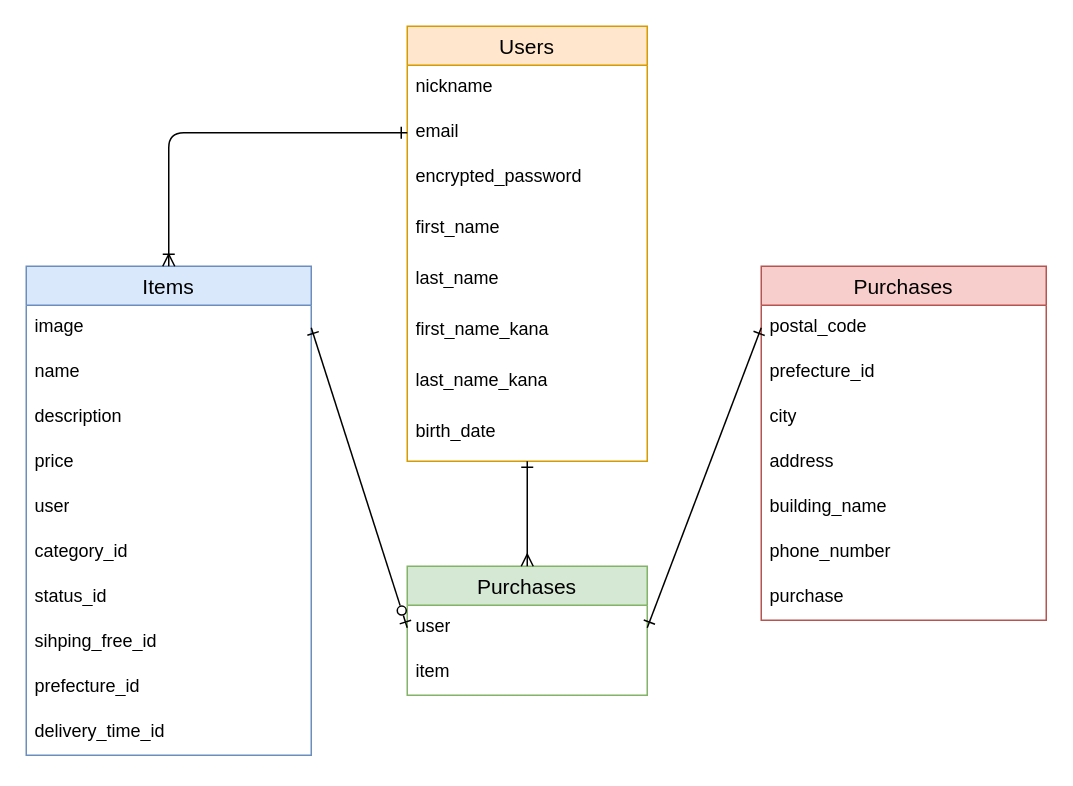
The draw.io diagram test.dio in nan56koko26-ai/furima-46987, before the edit. Source tidied: cells renumbered, new cells numbered last; positions are measured from the earlier drawing's top-left corner, leaving out a move shared by most shapes. Both pictures are drawn from the tidied source at 150%, with x=0, y=0 at pixel (26, 26).
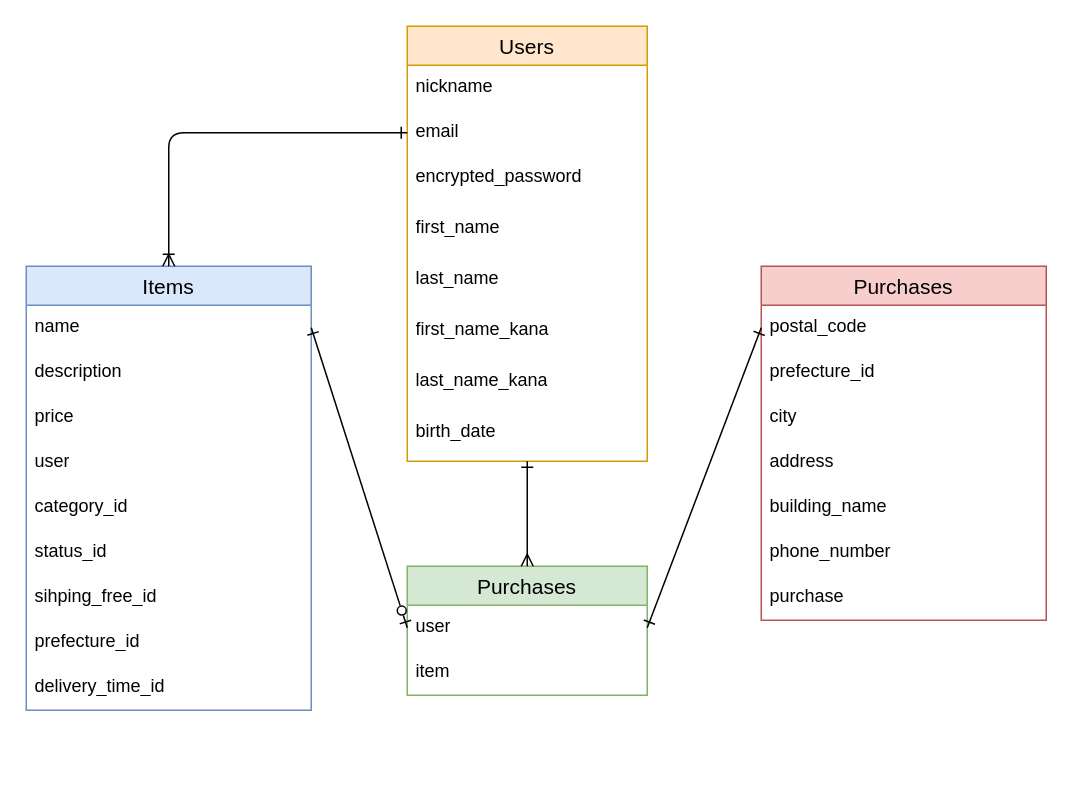
The same diagram, later.

Commit message (it also covers changes not shown here):
データベース設計(修正版)

Unchanged cells that the change refers to:
```xml
<mxCell id="23" value="user" style="text;strokeColor=none;fillColor=none;spacingLeft=4;spacingRight=4;overflow=hidden;points=[[0,0.5],[1,0.5]];portConstraint=eastwest;fontSize=12;whiteSpace=wrap;html=1;" parent="22" vertex="1">
  <mxGeometry y="26" width="160" height="30" as="geometry" />
</mxCell>
```

The edit, as a diff of the source:
```diff
@@
     <mxCell id="11" value="Items" style="swimlane;fontStyle=0;horizontal=1;startSize=26;align=center;fontSize=14;fillColor=#dae8fc;strokeColor=#6c8ebf;" parent="1" vertex="1">
-      <mxGeometry y="160" width="190" height="326" as="geometry" />
+      <mxGeometry y="160" width="190" height="296" as="geometry" />
     </mxCell>
-    <mxCell id="12" value="image" style="text;strokeColor=none;fillColor=none;spacingLeft=4;spacingRight=4;overflow=hidden;points=[[0,0.5],[1,0.5]];portConstraint=eastwest;fontSize=12;whiteSpace=wrap;html=1;" parent="11" vertex="1">
-      <mxGeometry y="26" width="190" height="30" as="geometry" />
-    </mxCell>
     <mxCell id="13" value="name" style="text;strokeColor=none;fillColor=none;spacingLeft=4;spacingRight=4;overflow=hidden;fontSize=12;whiteSpace=wrap;html=1;" parent="11" vertex="1">
-      <mxGeometry y="56" width="190" height="30" as="geometry" />
+      <mxGeometry y="26" width="190" height="30" as="geometry" />
     </mxCell>
     <mxCell id="14" value="description" style="text;strokeColor=none;fillColor=none;spacingLeft=4;spacingRight=4;overflow=hidden;fontSize=12;whiteSpace=wrap;html=1;" parent="11" vertex="1">
-      <mxGeometry y="86" width="190" height="30" as="geometry" />
+      <mxGeometry y="56" width="190" height="30" as="geometry" />
     </mxCell>
     <mxCell id="15" value="price" style="text;strokeColor=none;fillColor=none;spacingLeft=4;spacingRight=4;overflow=hidden;fontSize=12;whiteSpace=wrap;html=1;" parent="11" vertex="1">
-      <mxGeometry y="116" width="190" height="30" as="geometry" />
+      <mxGeometry y="86" width="190" height="30" as="geometry" />
     </mxCell>
     <mxCell id="16" value="user" style="text;strokeColor=none;fillColor=none;spacingLeft=4;spacingRight=4;overflow=hidden;fontSize=12;whiteSpace=wrap;html=1;" parent="11" vertex="1">
-      <mxGeometry y="146" width="190" height="30" as="geometry" />
+      <mxGeometry y="116" width="190" height="30" as="geometry" />
     </mxCell>
     <mxCell id="17" value="category_id" style="text;strokeColor=none;fillColor=none;spacingLeft=4;spacingRight=4;overflow=hidden;fontSize=12;whiteSpace=wrap;html=1;" parent="11" vertex="1">
-      <mxGeometry y="176" width="190" height="30" as="geometry" />
+      <mxGeometry y="146" width="190" height="30" as="geometry" />
     </mxCell>
     <mxCell id="18" value="status_id" style="text;strokeColor=none;fillColor=none;spacingLeft=4;spacingRight=4;overflow=hidden;fontSize=12;whiteSpace=wrap;html=1;" parent="11" vertex="1">
-      <mxGeometry y="206" width="190" height="30" as="geometry" />
+      <mxGeometry y="176" width="190" height="30" as="geometry" />
     </mxCell>
     <mxCell id="19" value="sihping_free_id" style="text;strokeColor=none;fillColor=none;spacingLeft=4;spacingRight=4;overflow=hidden;fontSize=12;whiteSpace=wrap;html=1;" parent="11" vertex="1">
-      <mxGeometry y="236" width="190" height="30" as="geometry" />
+      <mxGeometry y="206" width="190" height="30" as="geometry" />
     </mxCell>
     <mxCell id="20" value="prefecture_id" style="text;strokeColor=none;fillColor=none;spacingLeft=4;spacingRight=4;overflow=hidden;fontSize=12;whiteSpace=wrap;html=1;" parent="11" vertex="1">
-      <mxGeometry y="266" width="190" height="30" as="geometry" />
+      <mxGeometry y="236" width="190" height="30" as="geometry" />
     </mxCell>
     <mxCell id="21" value="delivery_time_id" style="text;strokeColor=none;fillColor=none;spacingLeft=4;spacingRight=4;overflow=hidden;fontSize=12;whiteSpace=wrap;html=1;" parent="11" vertex="1">
-      <mxGeometry y="296" width="190" height="30" as="geometry" />
+      <mxGeometry y="266" width="190" height="30" as="geometry" />
     </mxCell>
@@
-    <mxCell id="34" style="fontSize=12;html=1;endArrow=ERone;endFill=1;startArrow=ERzeroToOne;startFill=0;exitX=0;exitY=0.5;exitDx=0;exitDy=0;entryX=1;entryY=0.5;entryDx=0;entryDy=0;" parent="1" edge="1" source="23" target="12">
-      <mxGeometry relative="1" as="geometry" />
+    <mxCell id="34" style="fontSize=12;html=1;endArrow=ERone;endFill=1;startArrow=ERzeroToOne;startFill=0;exitX=0;exitY=0.5;exitDx=0;exitDy=0;entryX=1;entryY=0.5;entryDx=0;entryDy=0;" parent="1" edge="1" source="23">
+      <mxGeometry relative="1" as="geometry">
+        <mxPoint x="190" y="201" as="targetPoint" />
+      </mxGeometry>
     </mxCell>
```
